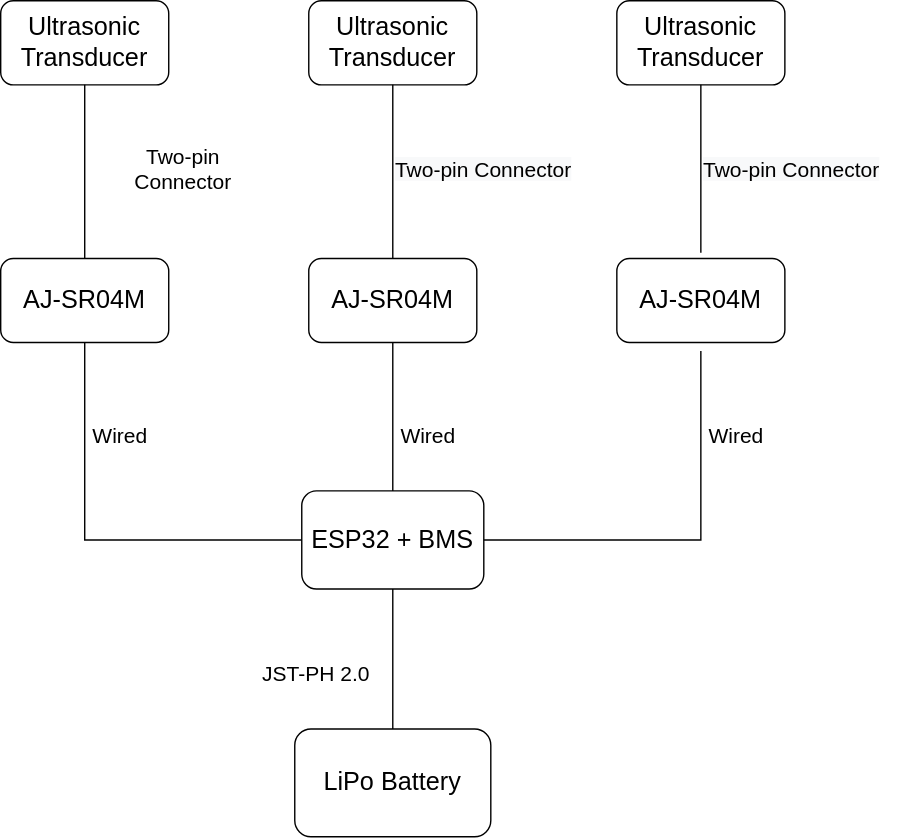
Above: SailTrack Wind/block-diagram.svg in metisvela/sailtrack (draw.io), before the change. Source tidied: cells renumbered, new cells last; positions are measured from the earlier drawing's top-left corner, leaving out a move shared by most shapes.
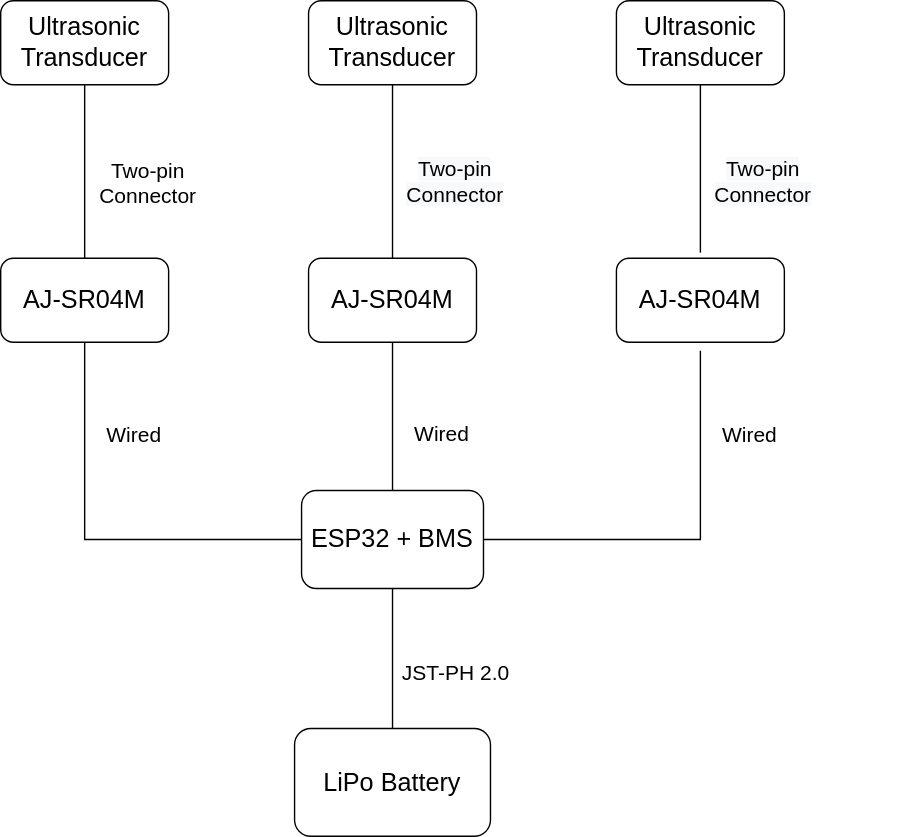
The same diagram one commit later.

What changed in the source:
```diff
@@ -52,28 +52,31 @@
       <mxGeometry relative="1" as="geometry" />
     </mxCell>
     <mxCell id="17" value="&lt;font style=&quot;font-size: 15px&quot;&gt;Two-pin &lt;br&gt;Connector&lt;/font&gt;" style="text;html=1;align=center;verticalAlign=middle;fillColor=none;strokeColor=none;rounded=0;" parent="2" vertex="1">
-      <mxGeometry x="85" y="105" width="90" height="30" as="geometry" />
+      <mxGeometry x="60" y="115" width="90" height="30" as="geometry" />
     </mxCell>
-    <mxCell id="18" value="&lt;span style=&quot;color: rgb(0, 0, 0); font-family: helvetica; font-size: 15px; font-style: normal; font-weight: 400; letter-spacing: normal; text-align: center; text-indent: 0px; text-transform: none; word-spacing: 0px; background-color: rgb(248, 249, 250); display: inline; float: none;&quot;&gt;Two-pin Connector&lt;/span&gt;" style="text;whiteSpace=wrap;html=1;" parent="2" vertex="1">
-      <mxGeometry x="280" y="105" width="150" height="30" as="geometry" />
+    <mxCell id="18" value="&lt;span style=&quot;color: rgb(0 , 0 , 0) ; font-family: &amp;#34;helvetica&amp;#34; ; font-size: 15px ; font-style: normal ; font-weight: 400 ; letter-spacing: normal ; text-indent: 0px ; text-transform: none ; word-spacing: 0px ; background-color: rgb(248 , 249 , 250) ; display: inline ; float: none&quot;&gt;Two-pin &lt;br&gt;Connector&lt;/span&gt;" style="text;whiteSpace=wrap;html=1;align=center;" parent="2" vertex="1">
+      <mxGeometry x="290" y="105" width="70" height="30" as="geometry" />
     </mxCell>
-    <mxCell id="19" value="&lt;span style=&quot;color: rgb(0, 0, 0); font-family: helvetica; font-size: 15px; font-style: normal; font-weight: 400; letter-spacing: normal; text-align: center; text-indent: 0px; text-transform: none; word-spacing: 0px; background-color: rgb(248, 249, 250); display: inline; float: none;&quot;&gt;Two-pin Connector&lt;/span&gt;" style="text;whiteSpace=wrap;html=1;" parent="2" vertex="1">
-      <mxGeometry x="500" y="105" width="150" height="30" as="geometry" />
+    <mxCell id="19" value="&lt;span style=&quot;color: rgb(0 , 0 , 0) ; font-family: &amp;#34;helvetica&amp;#34; ; font-size: 15px ; font-style: normal ; font-weight: 400 ; letter-spacing: normal ; text-indent: 0px ; text-transform: none ; word-spacing: 0px ; background-color: rgb(248 , 249 , 250) ; display: inline ; float: none&quot;&gt;Two-pin &lt;br&gt;Connector&lt;/span&gt;" style="text;whiteSpace=wrap;html=1;align=center;" parent="2" vertex="1">
+      <mxGeometry x="510" y="105" width="70" height="30" as="geometry" />
     </mxCell>
     <mxCell id="20" value="&lt;font style=&quot;font-size: 15px&quot;&gt;Wired&lt;/font&gt;" style="text;html=1;align=center;verticalAlign=middle;fillColor=none;strokeColor=none;rounded=0;" parent="2" vertex="1">
-      <mxGeometry x="60" y="300" width="50" height="20" as="geometry" />
+      <mxGeometry x="70" y="300" width="50" height="20" as="geometry" />
     </mxCell>
     <mxCell id="21" value="&lt;font style=&quot;font-size: 15px&quot;&gt;Wired&lt;/font&gt;" style="text;html=1;align=center;verticalAlign=middle;fillColor=none;strokeColor=none;rounded=0;" parent="2" vertex="1">
-      <mxGeometry x="280" y="300" width="50" height="20" as="geometry" />
+      <mxGeometry x="290" y="299" width="50" height="20" as="geometry" />
     </mxCell>
     <mxCell id="22" value="&lt;font style=&quot;font-size: 15px&quot;&gt;Wired&lt;/font&gt;" style="text;html=1;align=center;verticalAlign=middle;fillColor=none;strokeColor=none;rounded=0;" parent="2" vertex="1">
-      <mxGeometry x="500" y="300" width="50" height="20" as="geometry" />
+      <mxGeometry x="510" y="300" width="50" height="20" as="geometry" />
     </mxCell>
     <mxCell id="23" value="&lt;font style=&quot;font-size: 15px&quot;&gt;JST-PH 2.0&lt;/font&gt;" style="text;html=1;align=center;verticalAlign=middle;fillColor=none;strokeColor=none;rounded=0;" parent="2" vertex="1">
-      <mxGeometry x="180" y="470" width="90" height="20" as="geometry" />
+      <mxGeometry x="280" y="470" width="90" height="20" as="geometry" />
     </mxCell>
     <mxCell id="24" value="&lt;font style=&quot;font-size: 18px&quot;&gt;AJ-SR04M&lt;/font&gt;" style="rounded=1;whiteSpace=wrap;html=1;fontSize=16;" parent="2" vertex="1">
       <mxGeometry x="440" y="184" width="120" height="60" as="geometry" />
     </mxCell>
+    <mxCell id="25" style="edgeStyle=orthogonalEdgeStyle;rounded=0;orthogonalLoop=1;jettySize=auto;html=1;exitX=0.5;exitY=1;exitDx=0;exitDy=0;endArrow=none;endFill=0;" parent="2" edge="1" source="19" target="19">
+      <mxGeometry relative="1" as="geometry" />
+    </mxCell>
   </root>
 </mxGraphModel>
```
